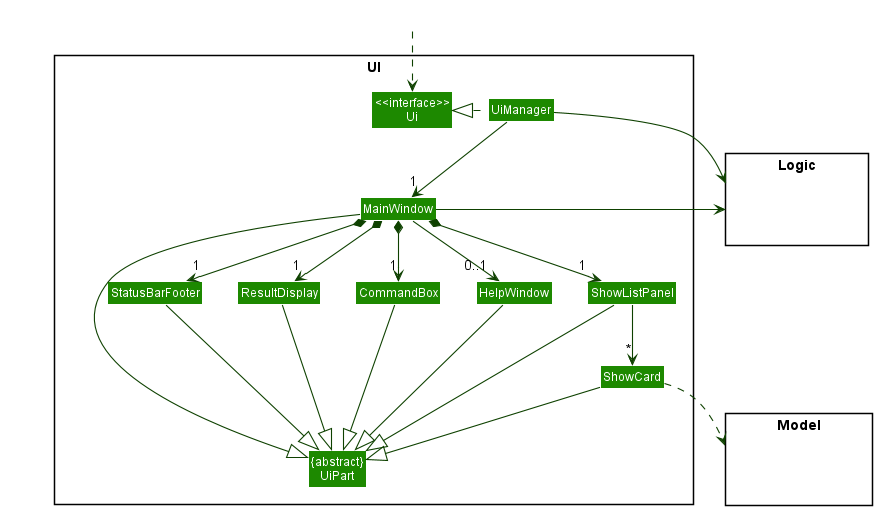
Above: docs/images/UiClassDiagram.png in nus-cs2103-AY2122S2/tp (PlantUML), before the change.
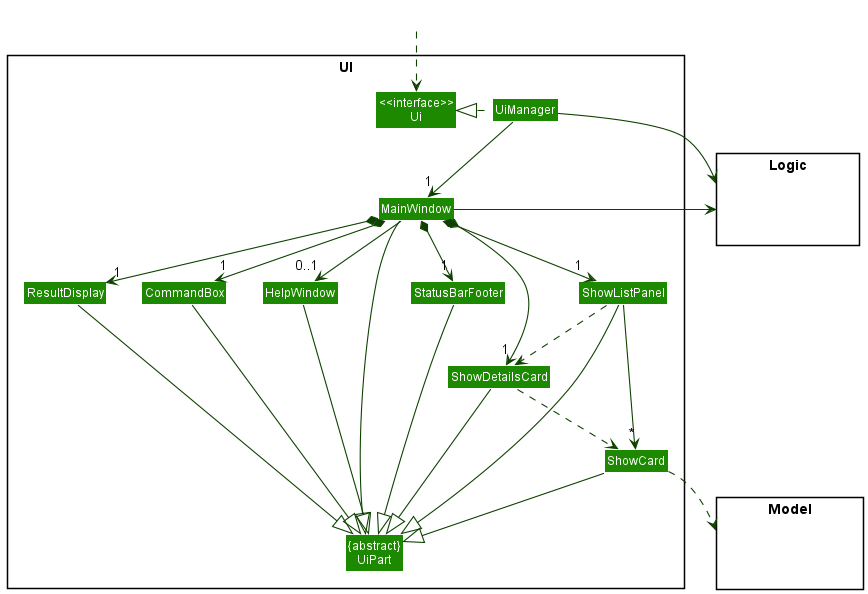
Later version of the same file.

Commit message:
Update DG UI UML diagram and Format manual testing

Diff of the diagram source:
```diff
@@ -15,6 +15,7 @@
 Class ShowCard
 Class StatusBarFooter
 Class CommandBox
+Class ShowDetailsCard
 }
 
 package Model <<Rectangle>> {
@@ -34,18 +35,22 @@
 MainWindow *-down-> "1" ResultDisplay
 MainWindow *-down-> "1" ShowListPanel
 MainWindow *-down-> "1" StatusBarFooter
+MainWindow *-right-> "1" ShowDetailsCard
 MainWindow --> "0..1" HelpWindow
 
 ShowListPanel -down-> "*" ShowCard
+ShowListPanel ..> ShowDetailsCard
+ShowDetailsCard ..> ShowCard
 
-MainWindow -left-|> UiPart
-
+MainWindow --|> UiPart
 ResultDisplay --|> UiPart
 CommandBox --|> UiPart
 ShowListPanel --|> UiPart
 ShowCard --|> UiPart
 StatusBarFooter --|> UiPart
 HelpWindow --|> UiPart
+ShowDetailsCard -left-|> UiPart
+
 
 ShowCard ..> Model
 UiManager -right-> Logic
```
